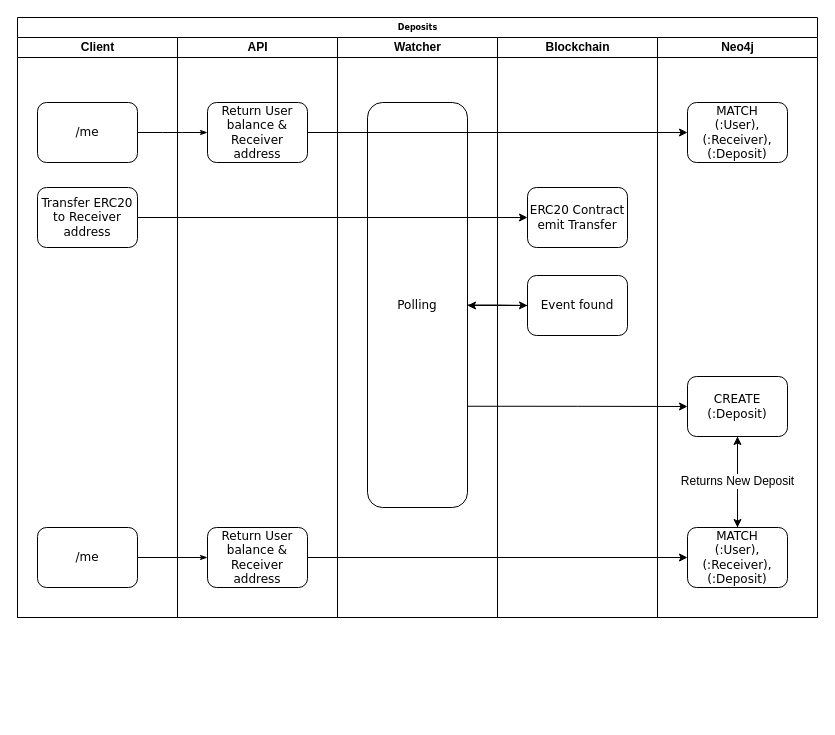
Before: docs/diagrams/deposit.drawio in danstarns/centralized-eth-erc20-payments, a draw.io diagram. Source tidied: cells renumbered, new cells numbered last; positions are measured from the earlier drawing's top-left corner, leaving out a move shared by most shapes. Both pictures are drawn from the tidied source at 100%, with x=0, y=0 at pixel (17, 17).
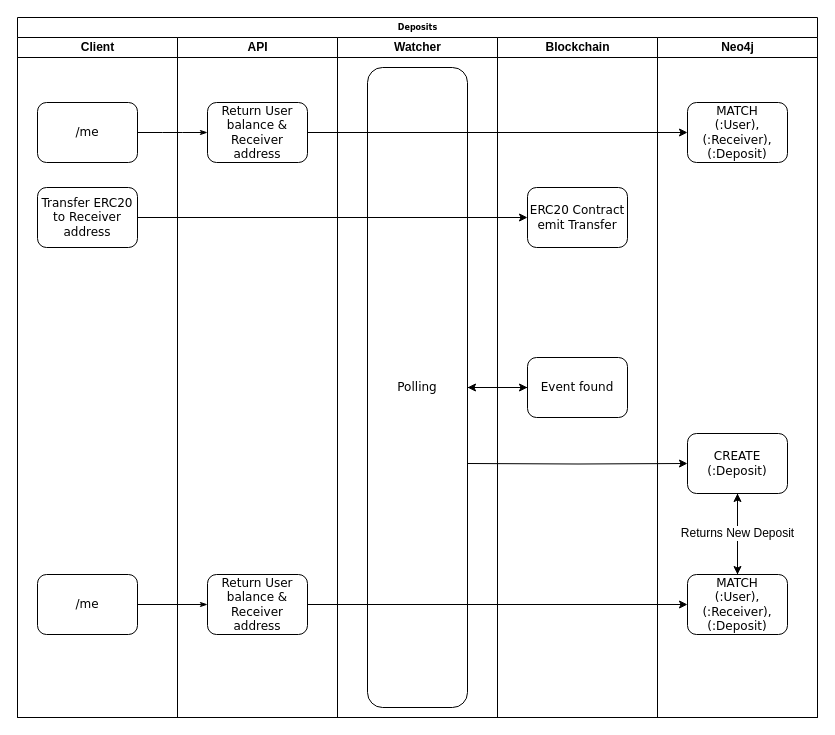
After the change.

The edit, as a diff of the source:
```diff
@@
     <mxCell id="2" value="Deposits" style="swimlane;html=1;startSize=20;rounded=0;shadow=0;labelBackgroundColor=none;strokeWidth=1;fontFamily=Verdana;fontSize=8;align=center;" parent="1" vertex="1">
-      <mxGeometry width="800" height="600" as="geometry" />
+      <mxGeometry width="800" height="700" as="geometry" />
     </mxCell>
     <mxCell id="3" value="Client" style="swimlane;html=1;startSize=20;" parent="2" vertex="1">
-      <mxGeometry y="20" width="160" height="580" as="geometry" />
+      <mxGeometry y="20" width="160" height="680" as="geometry" />
     </mxCell>
@@
     <mxCell id="6" value="&lt;font style=&quot;font-size: 12px&quot;&gt;/me&lt;/font&gt;" style="rounded=1;whiteSpace=wrap;html=1;shadow=0;labelBackgroundColor=none;strokeWidth=1;fontFamily=Verdana;fontSize=8;align=center;" parent="3" vertex="1">
-      <mxGeometry x="20" y="490" width="100" height="60" as="geometry" />
+      <mxGeometry x="20" y="537" width="100" height="60" as="geometry" />
     </mxCell>
@@
     <mxCell id="8" value="API" style="swimlane;html=1;startSize=20;" parent="2" vertex="1">
-      <mxGeometry x="160" y="20" width="160" height="580" as="geometry" />
+      <mxGeometry x="160" y="20" width="160" height="680" as="geometry" />
     </mxCell>
@@
     <mxCell id="10" value="&lt;span style=&quot;font-size: 12px&quot;&gt;Return User balance &amp;amp; Receiver address&lt;/span&gt;" style="rounded=1;whiteSpace=wrap;html=1;shadow=0;labelBackgroundColor=none;strokeWidth=1;fontFamily=Verdana;fontSize=8;align=center;" parent="8" vertex="1">
-      <mxGeometry x="30" y="490" width="100" height="60" as="geometry" />
+      <mxGeometry x="30" y="537" width="100" height="60" as="geometry" />
     </mxCell>
     <mxCell id="11" value="Watcher" style="swimlane;html=1;startSize=20;" parent="2" vertex="1">
-      <mxGeometry x="320" y="20" width="160" height="580" as="geometry" />
+      <mxGeometry x="320" y="20" width="160" height="680" as="geometry" />
     </mxCell>
     <mxCell id="12" value="&lt;font style=&quot;font-size: 12px&quot;&gt;Polling&lt;/font&gt;" style="rounded=1;whiteSpace=wrap;html=1;shadow=0;labelBackgroundColor=none;strokeWidth=1;fontFamily=Verdana;fontSize=8;align=center;" parent="11" vertex="1">
-      <mxGeometry x="30" y="65" width="100" height="405" as="geometry" />
+      <mxGeometry x="30" y="30" width="100" height="640" as="geometry" />
     </mxCell>
@@
     <mxCell id="14" value="Blockchain" style="swimlane;html=1;startSize=20;" parent="2" vertex="1">
-      <mxGeometry x="480" y="20" width="160" height="580" as="geometry" />
+      <mxGeometry x="480" y="20" width="160" height="680" as="geometry" />
     </mxCell>
@@
     <mxCell id="18" value="Event found" style="rounded=1;whiteSpace=wrap;html=1;shadow=0;labelBackgroundColor=none;strokeWidth=1;fontFamily=Verdana;fontSize=12;align=center;" parent="14" vertex="1">
-      <mxGeometry x="30" y="238" width="100" height="60" as="geometry" />
+      <mxGeometry x="30" y="320" width="100" height="60" as="geometry" />
     </mxCell>
+    <mxCell id="29" style="edgeStyle=orthogonalEdgeStyle;rounded=1;html=1;labelBackgroundColor=none;startArrow=none;startFill=0;startSize=5;endArrow=classicThin;endFill=1;endSize=5;jettySize=auto;strokeWidth=1;fontFamily=Verdana;fontSize=8;entryX=0;entryY=0.5;entryDx=0;entryDy=0;" parent="2" edge="1" source="6" target="10">
+      <mxGeometry relative="1" as="geometry" />
+    </mxCell>
+    <mxCell id="30" style="edgeStyle=orthogonalEdgeStyle;rounded=0;jettySize=auto;html=1;exitX=1;exitY=0.5;exitDx=0;exitDy=0;entryX=0;entryY=0.5;entryDx=0;entryDy=0;fontSize=12;" parent="2" edge="1" source="10" target="24">
+      <mxGeometry relative="1" as="geometry" />
+    </mxCell>
     <mxCell id="19" value="Neo4j" style="swimlane;html=1;startSize=20;" parent="2" vertex="1">
-      <mxGeometry x="640" y="20" width="160" height="580" as="geometry" />
+      <mxGeometry x="640" y="20" width="160" height="680" as="geometry" />
     </mxCell>
@@
     <mxCell id="22" value="&lt;font style=&quot;font-size: 12px&quot;&gt;CREATE (:Deposit)&lt;/font&gt;" style="rounded=1;whiteSpace=wrap;html=1;shadow=0;labelBackgroundColor=none;strokeWidth=1;fontFamily=Verdana;fontSize=8;align=center;" parent="19" vertex="1">
-      <mxGeometry x="30" y="339" width="100" height="60" as="geometry" />
+      <mxGeometry x="30" y="396" width="100" height="60" as="geometry" />
     </mxCell>
@@
     <mxCell id="24" value="&lt;font style=&quot;font-size: 12px&quot;&gt;MATCH&lt;br&gt;(:User), (:Receiver), (:Deposit)&lt;/font&gt;" style="rounded=1;whiteSpace=wrap;html=1;shadow=0;labelBackgroundColor=none;strokeWidth=1;fontFamily=Verdana;fontSize=8;align=center;" parent="19" vertex="1">
-      <mxGeometry x="30" y="490" width="100" height="60" as="geometry" />
+      <mxGeometry x="30" y="537" width="100" height="60" as="geometry" />
     </mxCell>
@@
+    <mxCell id="28" style="edgeStyle=orthogonalEdgeStyle;rounded=0;jettySize=auto;html=1;exitX=1;exitY=0.75;exitDx=0;exitDy=0;entryX=0;entryY=0.5;entryDx=0;entryDy=0;fontSize=12;" parent="2" edge="1" target="22">
+      <mxGeometry relative="1" as="geometry">
+        <mxPoint x="450" y="446" as="sourcePoint" />
+      </mxGeometry>
+    </mxCell>
-    <mxCell id="27" style="edgeStyle=orthogonalEdgeStyle;rounded=0;jettySize=auto;html=1;exitX=1;exitY=0.5;exitDx=0;exitDy=0;entryX=0;entryY=0.5;entryDx=0;entryDy=0;fontSize=12;" parent="2" edge="1" source="12" target="18">
+    <mxCell id="27" style="edgeStyle=orthogonalEdgeStyle;rounded=0;jettySize=auto;html=1;exitX=1;exitY=0.5;exitDx=0;exitDy=0;" parent="2" edge="1" source="12" target="18">
       <mxGeometry relative="1" as="geometry" />
     </mxCell>
-    <mxCell id="28" style="edgeStyle=orthogonalEdgeStyle;rounded=0;jettySize=auto;html=1;exitX=1;exitY=0.75;exitDx=0;exitDy=0;entryX=0;entryY=0.5;entryDx=0;entryDy=0;fontSize=12;" parent="2" edge="1" source="12" target="22">
-      <mxGeometry relative="1" as="geometry" />
-    </mxCell>
-    <mxCell id="29" style="edgeStyle=orthogonalEdgeStyle;rounded=1;html=1;labelBackgroundColor=none;startArrow=none;startFill=0;startSize=5;endArrow=classicThin;endFill=1;endSize=5;jettySize=auto;strokeWidth=1;fontFamily=Verdana;fontSize=8;entryX=0;entryY=0.5;entryDx=0;entryDy=0;" parent="2" edge="1" source="6" target="10">
-      <mxGeometry relative="1" as="geometry" />
-    </mxCell>
-    <mxCell id="30" style="edgeStyle=orthogonalEdgeStyle;rounded=0;jettySize=auto;html=1;exitX=1;exitY=0.5;exitDx=0;exitDy=0;entryX=0;entryY=0.5;entryDx=0;entryDy=0;fontSize=12;" parent="2" edge="1" source="10" target="24">
-      <mxGeometry relative="1" as="geometry" />
-    </mxCell>
-    <mxCell id="31" style="edgeStyle=orthogonalEdgeStyle;rounded=0;jettySize=auto;html=1;exitX=0;exitY=0.5;exitDx=0;exitDy=0;fontSize=12;" parent="1" edge="1" source="18">
-      <mxGeometry relative="1" as="geometry">
-        <mxPoint x="450" y="288" as="targetPoint" />
-      </mxGeometry>
-    </mxCell>
+    <mxCell id="32" style="edgeStyle=orthogonalEdgeStyle;rounded=0;jettySize=auto;html=1;exitX=0;exitY=0.5;exitDx=0;exitDy=0;" parent="2" edge="1" source="18" target="12">
+      <mxGeometry relative="1" as="geometry" />
+    </mxCell>
```
